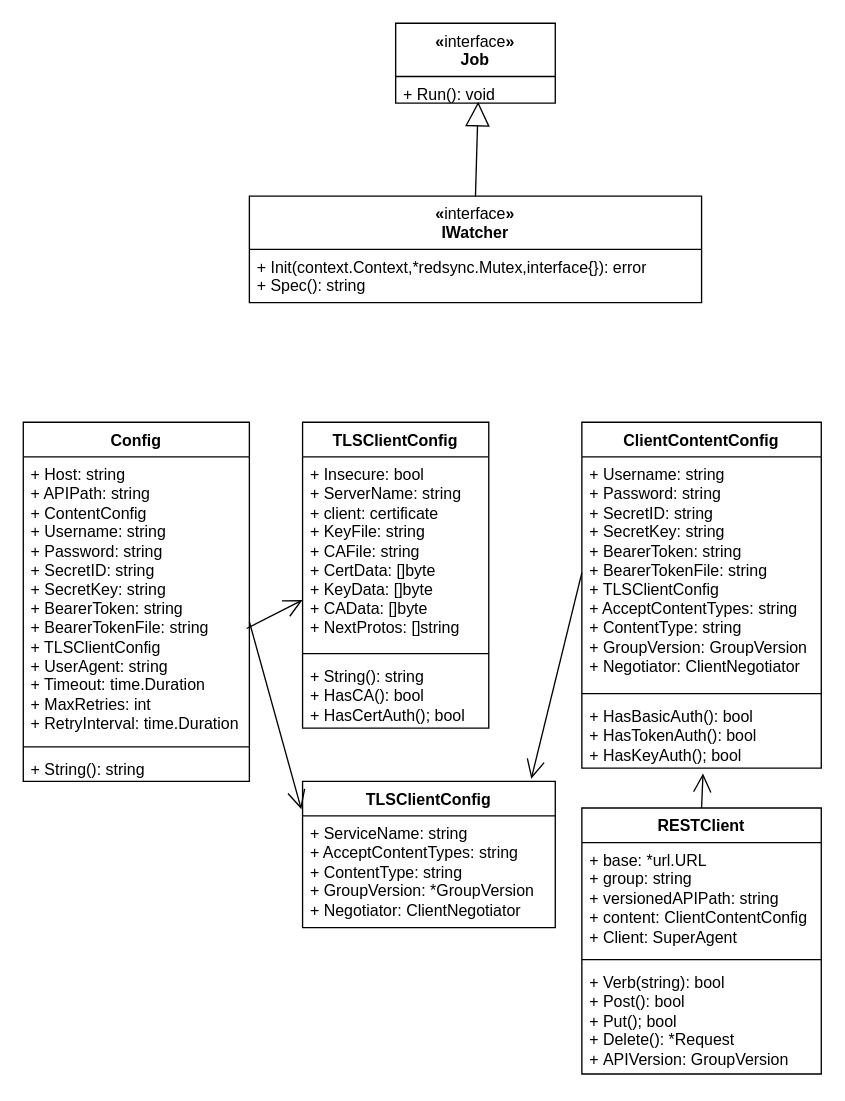
Before: SDK客户端类图.drawio in elisaovivo/restful-api-demo, a draw.io diagram. Source tidied: cells renumbered, new cells numbered last; positions are measured from the earlier drawing's top-left corner, leaving out a move shared by most shapes. Both pictures are drawn from the tidied source at 133%, with x=0, y=0 at pixel (23, 23).
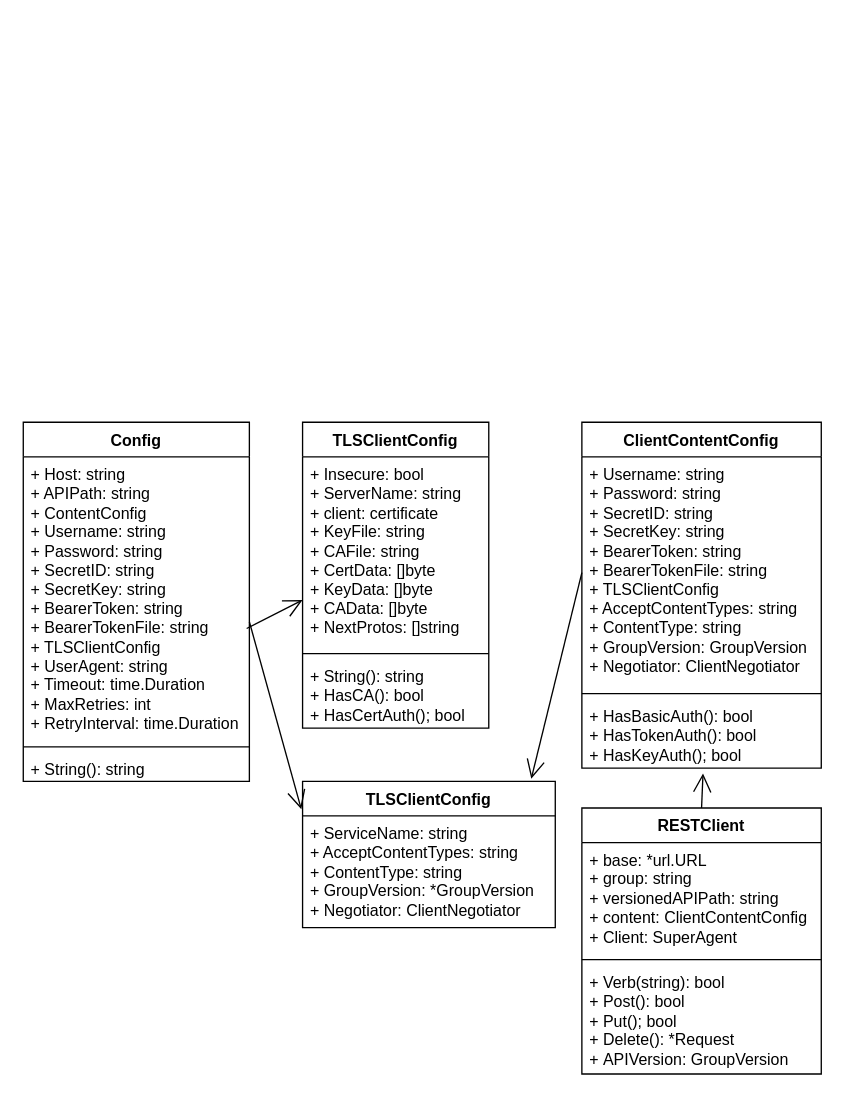
The same page after the edit.

Commit message:
更新SDK客户端类图.drawio

The edit, as a diff of the source:
```diff
@@
-    <mxCell id="2" value="«&lt;span style=&quot;font-weight: normal;&quot;&gt;interface&lt;/span&gt;»&lt;br style=&quot;--tw-border-spacing-x: 0; --tw-border-spacing-y: 0; --tw-translate-x: 0; --tw-translate-y: 0; --tw-rotate: 0; --tw-skew-x: 0; --tw-skew-y: 0; --tw-scale-x: 1; --tw-scale-y: 1; --tw-pan-x: ; --tw-pan-y: ; --tw-pinch-zoom: ; --tw-scroll-snap-strictness: proximity; --tw-gradient-from-position: ; --tw-gradient-via-position: ; --tw-gradient-to-position: ; --tw-ordinal: ; --tw-slashed-zero: ; --tw-numeric-figure: ; --tw-numeric-spacing: ; --tw-numeric-fraction: ; --tw-ring-inset: ; --tw-ring-offset-width: 0px; --tw-ring-offset-color: #fff; --tw-ring-color: rgb(59 130 246 / .5); --tw-ring-offset-shadow: 0 0 #0000; --tw-ring-shadow: 0 0 #0000; --tw-shadow: 0 0 #0000; --tw-shadow-colored: 0 0 #0000; --tw-blur: ; --tw-brightness: ; --tw-contrast: ; --tw-grayscale: ; --tw-hue-rotate: ; --tw-invert: ; --tw-saturate: ; --tw-sepia: ; --tw-drop-shadow: ; --tw-backdrop-blur: ; --tw-backdrop-brightness: ; --tw-backdrop-contrast: ; --tw-backdrop-grayscale: ; --tw-backdrop-hue-rotate: ; --tw-backdrop-invert: ; --tw-backdrop-opacity: ; --tw-backdrop-saturate: ; --tw-backdrop-sepia: ; border-color: var(--border-color); font-weight: 400;&quot;&gt;IWatcher" style="swimlane;fontStyle=1;align=center;verticalAlign=top;horizontal=1;startSize=40;whiteSpace=wrap;html=1;" parent="1" vertex="1">
-      <mxGeometry x="170" y="130" width="340" height="80" as="geometry" />
-    </mxCell>
-    <mxCell id="3" value="+ Init(context.Context,*redsync.Mutex,interface{}): error&lt;br&gt;+ Spec(): string" style="text;strokeColor=none;fillColor=none;align=left;verticalAlign=top;spacingLeft=4;spacingRight=4;overflow=hidden;whiteSpace=wrap;html=1;" parent="2" vertex="1">
-      <mxGeometry y="40" width="340" height="40" as="geometry" />
-    </mxCell>
-    <mxCell id="4" value="«&lt;span style=&quot;font-weight: normal;&quot;&gt;interface&lt;/span&gt;»&lt;br style=&quot;--tw-border-spacing-x: 0; --tw-border-spacing-y: 0; --tw-translate-x: 0; --tw-translate-y: 0; --tw-rotate: 0; --tw-skew-x: 0; --tw-skew-y: 0; --tw-scale-x: 1; --tw-scale-y: 1; --tw-pan-x: ; --tw-pan-y: ; --tw-pinch-zoom: ; --tw-scroll-snap-strictness: proximity; --tw-gradient-from-position: ; --tw-gradient-via-position: ; --tw-gradient-to-position: ; --tw-ordinal: ; --tw-slashed-zero: ; --tw-numeric-figure: ; --tw-numeric-spacing: ; --tw-numeric-fraction: ; --tw-ring-inset: ; --tw-ring-offset-width: 0px; --tw-ring-offset-color: #fff; --tw-ring-color: rgb(59 130 246 / .5); --tw-ring-offset-shadow: 0 0 #0000; --tw-ring-shadow: 0 0 #0000; --tw-shadow: 0 0 #0000; --tw-shadow-colored: 0 0 #0000; --tw-blur: ; --tw-brightness: ; --tw-contrast: ; --tw-grayscale: ; --tw-hue-rotate: ; --tw-invert: ; --tw-saturate: ; --tw-sepia: ; --tw-drop-shadow: ; --tw-backdrop-blur: ; --tw-backdrop-brightness: ; --tw-backdrop-contrast: ; --tw-backdrop-grayscale: ; --tw-backdrop-hue-rotate: ; --tw-backdrop-invert: ; --tw-backdrop-opacity: ; --tw-backdrop-saturate: ; --tw-backdrop-sepia: ; border-color: var(--border-color); font-weight: 400;&quot;&gt;Job" style="swimlane;fontStyle=1;align=center;verticalAlign=top;horizontal=1;startSize=40;whiteSpace=wrap;html=1;" parent="1" vertex="1">
-      <mxGeometry x="280" width="120" height="60" as="geometry" />
-    </mxCell>
-    <mxCell id="5" value="+ Run(): void" style="text;strokeColor=none;fillColor=none;align=left;verticalAlign=top;spacingLeft=4;spacingRight=4;overflow=hidden;points=[[0,0.5],[1,0.5]];portConstraint=eastwest;whiteSpace=wrap;html=1;" parent="4" vertex="1">
-      <mxGeometry y="40" width="120" height="20" as="geometry" />
-    </mxCell>
-    <mxCell id="6" style="endArrow=block;endSize=16;endFill=0;html=1;rounded=0;exitX=0.5;exitY=0;exitDx=0;exitDy=0;entryX=0.517;entryY=0.95;entryDx=0;entryDy=0;entryPerimeter=0;" parent="1" edge="1" source="2" target="5">
-      <mxGeometry x="0.01" relative="1" as="geometry" />
-    </mxCell>
```
